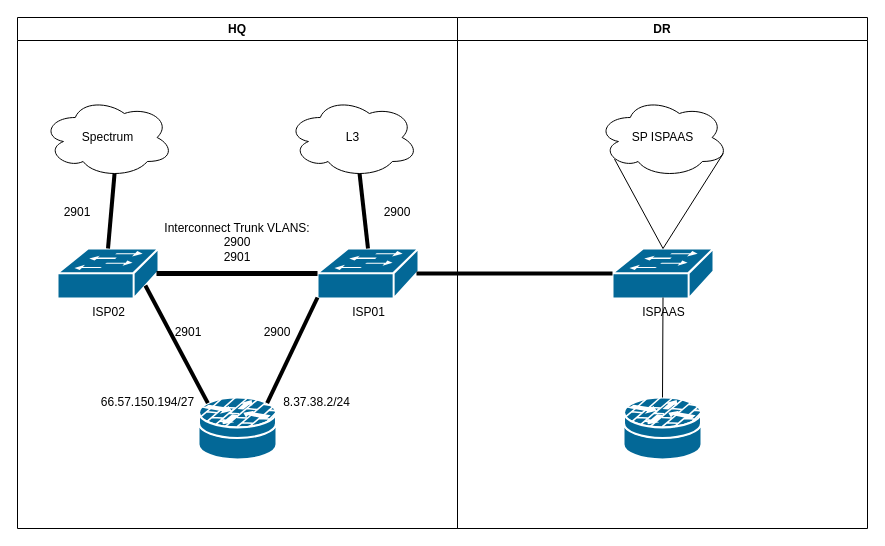
adamrt918/Diagram keeps this draw.io diagram as EXT_HA.drawio. Above is the earlier version. Source tidied: cells renumbered, new cells numbered last; positions are measured from the earlier drawing's top-left corner, leaving out a move shared by most shapes. Both pictures are drawn from the tidied source at 100%, with x=0, y=0 at pixel (17, 17).
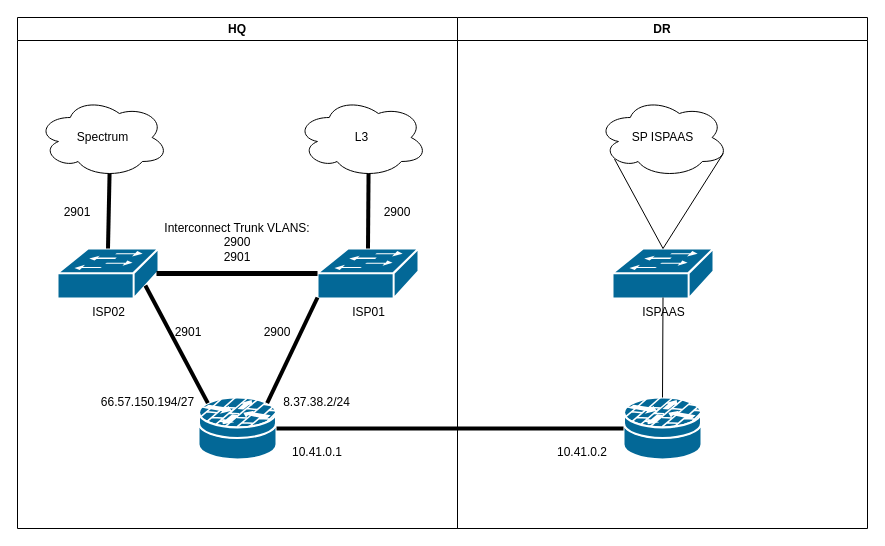
The same page after the edit.

Unchanged cells that the change refers to:
```xml
<mxCell id="2" value="HQ" style="swimlane;whiteSpace=wrap;html=1;" parent="1" vertex="1">
  <mxGeometry width="440" height="511" as="geometry" />
</mxCell>
<mxCell id="3" style="shape=mxgraph.cisco.security.router_firewall;sketch=0;html=1;dashed=0;fillColor=#036897;strokeColor=#ffffff;strokeWidth=2;verticalLabelPosition=bottom;verticalAlign=top;align=center;outlineConnect=0;" parent="2" vertex="1">
  <mxGeometry x="181" y="380" width="78" height="62" as="geometry" />
</mxCell>
<mxCell id="5" value="ISP01" style="shape=mxgraph.cisco.switches.workgroup_switch;sketch=0;html=1;dashed=0;fillColor=#036897;strokeColor=#ffffff;strokeWidth=2;verticalLabelPosition=bottom;verticalAlign=top;align=center;outlineConnect=0;" parent="2" vertex="1">
  <mxGeometry x="300" y="231" width="101" height="50" as="geometry" />
</mxCell>
<mxCell id="20" value="DR" style="swimlane;whiteSpace=wrap;html=1;" parent="1" vertex="1">
  <mxGeometry x="440" width="410" height="511" as="geometry" />
</mxCell>
<mxCell id="21" style="shape=mxgraph.cisco.security.router_firewall;sketch=0;html=1;dashed=0;fillColor=#036897;strokeColor=#ffffff;strokeWidth=2;verticalLabelPosition=bottom;verticalAlign=top;align=center;outlineConnect=0;" parent="20" vertex="1">
  <mxGeometry x="166" y="380" width="78" height="62" as="geometry" />
</mxCell>
<mxCell id="22" value="ISPAAS" style="shape=mxgraph.cisco.switches.workgroup_switch;sketch=0;html=1;dashed=0;fillColor=#036897;strokeColor=#ffffff;strokeWidth=2;verticalLabelPosition=bottom;verticalAlign=top;align=center;outlineConnect=0;" parent="20" vertex="1">
  <mxGeometry x="155" y="231" width="101" height="50" as="geometry" />
</mxCell>
```

The edit, as a diff of the source:
```diff
@@
     <mxCell id="6" value="Spectrum" style="ellipse;shape=cloud;whiteSpace=wrap;html=1;" parent="2" vertex="1">
-      <mxGeometry x="25" y="80" width="131" height="80" as="geometry" />
+      <mxGeometry x="20" y="80" width="131" height="80" as="geometry" />
     </mxCell>
     <mxCell id="7" value="L3" style="ellipse;shape=cloud;whiteSpace=wrap;html=1;" parent="2" vertex="1">
-      <mxGeometry x="270" y="80" width="131" height="80" as="geometry" />
+      <mxGeometry x="279" y="80" width="131" height="80" as="geometry" />
     </mxCell>
@@
+    <mxCell id="28" value="10.41.0.1" style="text;html=1;align=center;verticalAlign=middle;whiteSpace=wrap;rounded=0;" parent="2" vertex="1">
+      <mxGeometry x="269.5" y="420" width="60" height="30" as="geometry" />
+    </mxCell>
@@
+    <mxCell id="29" value="10.41.0.2" style="text;html=1;align=center;verticalAlign=middle;whiteSpace=wrap;rounded=0;" parent="20" vertex="1">
+      <mxGeometry x="95" y="420" width="60" height="30" as="geometry" />
+    </mxCell>
-    <mxCell id="27" style="endArrow=none;html=1;rounded=0;entryX=0;entryY=0.5;entryDx=0;entryDy=0;entryPerimeter=0;exitX=0.98;exitY=0.5;exitDx=0;exitDy=0;exitPerimeter=0;strokeWidth=4;" parent="1" edge="1" source="5" target="22">
+    <mxCell id="27" style="endArrow=none;html=1;rounded=0;entryX=0;entryY=0.5;entryDx=0;entryDy=0;entryPerimeter=0;exitX=1;exitY=0.5;exitDx=0;exitDy=0;exitPerimeter=0;strokeWidth=4;" parent="1" edge="1" source="3" target="21">
       <mxGeometry relative="1" as="geometry" />
     </mxCell>
```
